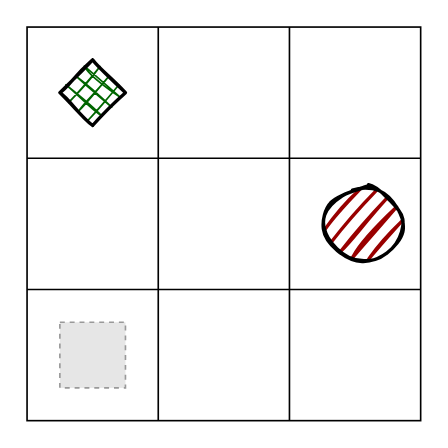
The draw.io diagram test.drawio in SCERush/drawio, before the edit. Source tidied: cells renumbered, new cells numbered last; positions are measured from the earlier drawing's top-left corner, leaving out a move shared by most shapes. Both pictures are drawn from the tidied source at 164%, with x=0, y=0 at pixel (26, 26). Pictures stored in the file or linked from it are replaced by grey dashed boxes.
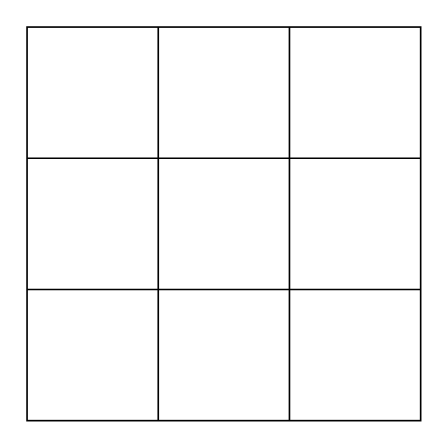
The same diagram, later.

Change to the diagram source:
```diff
@@
 <mxGraphModel>
   <root>
     <mxCell id="0" />
     <mxCell id="1" parent="0" />
     <mxCell id="2" style="whiteSpace=wrap;html=1;" parent="1" vertex="1">
       <mxGeometry width="240" height="240" as="geometry" />
     </mxCell>
     <mxCell id="3" style="endArrow=none;html=1;rounded=0;" parent="1" edge="1">
       <mxGeometry relative="1" as="geometry">
         <mxPoint x="160" y="240" as="sourcePoint" />
         <mxPoint x="160" as="targetPoint" />
       </mxGeometry>
     </mxCell>
-    <mxCell id="4" style="fillColor=#E6E6E6;strokeColor=#999999;dashed=1;verticalLabelPosition=bottom;verticalAlign=top;" parent="1" vertex="1">
-      <mxGeometry x="20" y="180" width="40" height="40" as="geometry" />
-    </mxCell>
-    <mxCell id="5" style="rhombus;whiteSpace=wrap;html=1;strokeWidth=2;fillWeight=-1;hachureGap=8;fillStyle=cross-hatch;fillColor=#006600;sketch=1;" parent="1" vertex="1">
-      <mxGeometry x="20" y="20" width="40" height="40" as="geometry" />
-    </mxCell>
     <mxCell id="6" style="endArrow=none;html=1;rounded=0;" parent="1" edge="1">
       <mxGeometry relative="1" as="geometry">
         <mxPoint x="80" y="240" as="sourcePoint" />
         <mxPoint x="80" as="targetPoint" />
       </mxGeometry>
     </mxCell>
     <mxCell id="7" style="endArrow=none;html=1;rounded=0;" parent="1" edge="1">
       <mxGeometry relative="1" as="geometry">
         <mxPoint x="240" y="80" as="sourcePoint" />
         <mxPoint y="80" as="targetPoint" />
       </mxGeometry>
     </mxCell>
     <mxCell id="8" style="endArrow=none;html=1;rounded=0;" parent="1" edge="1">
       <mxGeometry relative="1" as="geometry">
         <mxPoint x="240" y="160" as="sourcePoint" />
         <mxPoint y="160" as="targetPoint" />
       </mxGeometry>
     </mxCell>
-    <mxCell id="9" style="ellipse;whiteSpace=wrap;html=1;strokeWidth=2;fillWeight=2;hachureGap=8;fillColor=#990000;fillStyle=dots;sketch=1;" parent="1" vertex="1">
-      <mxGeometry x="180" y="97.5" width="50" height="45" as="geometry" />
-    </mxCell>
   </root>
 </mxGraphModel>
```
